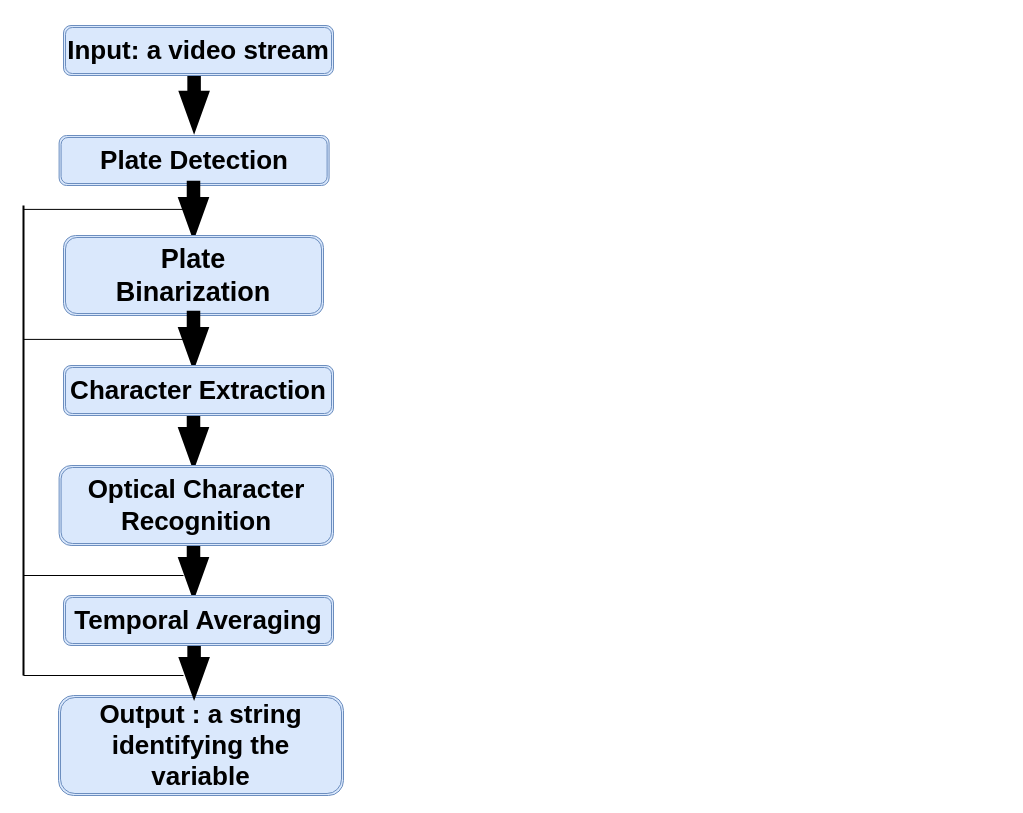
Earlier version of the draw.io diagram architecture/numberplate.drawio (mu-ki/Finalyear-Project). Source tidied: cells renumbered, new cells numbered last; positions are measured from the earlier drawing's top-left corner, leaving out a move shared by most shapes. Both pictures are drawn from the tidied source at 100%, with x=0, y=0 at pixel (18, 25).
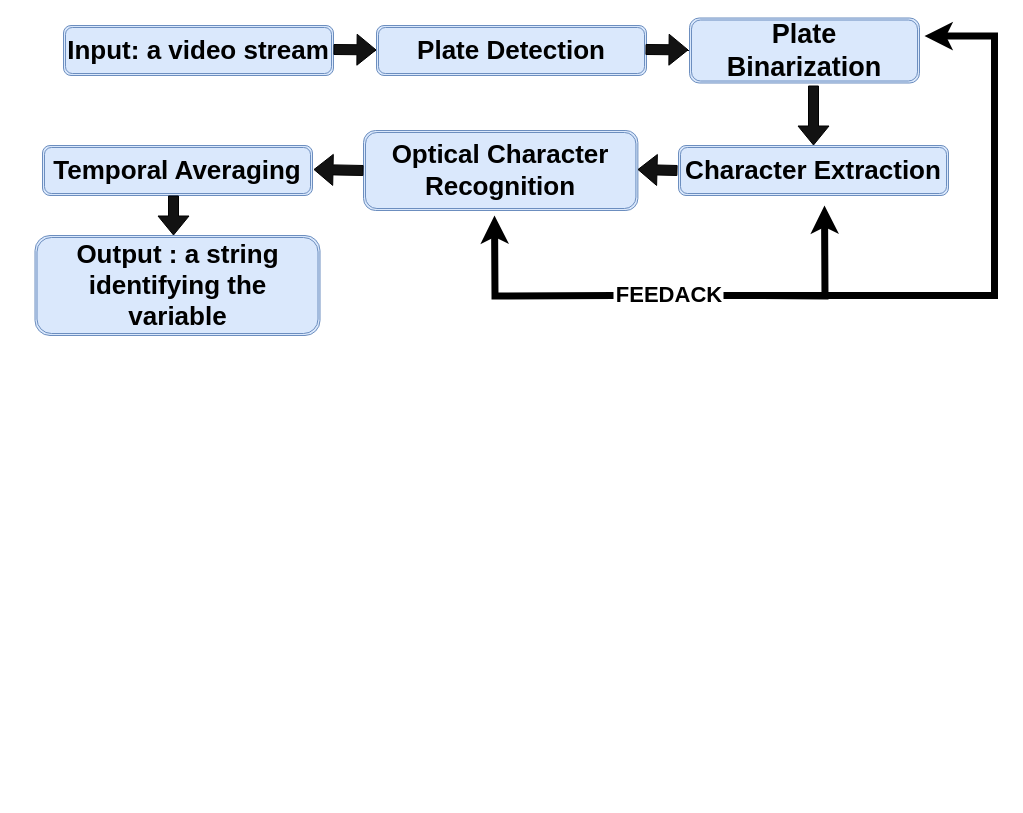
The same page after the edit.

Unchanged cells that the change refers to:
```xml
<mxCell id="12" value="&lt;span style=&quot;font-size: 26px&quot;&gt;&lt;b&gt;Input: a video stream&lt;/b&gt;&lt;/span&gt;" style="shape=ext;double=1;rounded=1;whiteSpace=wrap;html=1;fillColor=#dae8fc;strokeColor=#6c8ebf;" parent="1" vertex="1">
  <mxGeometry x="45" width="270" height="50" as="geometry" />
</mxCell>
```

What changed in the source:
```diff
@@
-    <mxCell id="2" style="verticalLabelPosition=bottom;verticalAlign=top;html=1;strokeWidth=2;shape=mxgraph.arrows2.arrow;dy=0.6;dx=40;notch=0;rotation=90;fillColor=#000000;" parent="1" vertex="1">
-      <mxGeometry x="147.5" y="63.8" width="56.2" height="28.8" as="geometry" />
-    </mxCell>
+    <mxCell id="20" style="edgeStyle=orthogonalEdgeStyle;rounded=0;jettySize=auto;html=1;fillColor=#121212;" parent="1" edge="1" source="3" target="12">
+      <mxGeometry relative="1" as="geometry" />
+    </mxCell>
     <mxCell id="3" value="&lt;font style=&quot;font-size: 26px&quot;&gt;&lt;b&gt;Plate Detection&lt;/b&gt;&lt;/font&gt;" style="shape=ext;double=1;rounded=1;whiteSpace=wrap;html=1;fillColor=#dae8fc;strokeColor=#6c8ebf;" parent="1" vertex="1">
-      <mxGeometry x="40.6" y="110" width="270" height="50" as="geometry" />
+      <mxGeometry x="358" width="270" height="50" as="geometry" />
     </mxCell>
-    <mxCell id="4" style="verticalLabelPosition=bottom;verticalAlign=top;html=1;strokeWidth=2;shape=mxgraph.arrows2.arrow;dy=0.6;dx=40;notch=0;rotation=90;fillColor=#000000;" parent="1" vertex="1">
-      <mxGeometry x="146.9" y="170" width="56.2" height="28.8" as="geometry" />
-    </mxCell>
+    <mxCell id="21" style="edgeStyle=orthogonalEdgeStyle;rounded=0;jettySize=auto;html=1;fillColor=#121212;" parent="1" edge="1" source="5" target="3">
+      <mxGeometry relative="1" as="geometry" />
+    </mxCell>
     <mxCell id="5" value="&lt;b style=&quot;font-size: 27px&quot;&gt;Plate&lt;br&gt;Binarization&lt;/b&gt;" style="shape=ext;double=1;rounded=1;whiteSpace=wrap;html=1;fillColor=#dae8fc;strokeColor=#6c8ebf;" parent="1" vertex="1">
-      <mxGeometry x="45" y="210" width="260" height="80" as="geometry" />
+      <mxGeometry x="671" y="-7.5" width="230" height="65" as="geometry" />
     </mxCell>
-    <mxCell id="6" style="verticalLabelPosition=bottom;verticalAlign=top;html=1;strokeWidth=2;shape=mxgraph.arrows2.arrow;dy=0.6;dx=40;notch=0;rotation=90;fillColor=#000000;" parent="1" vertex="1">
-      <mxGeometry x="146.9" y="300" width="56.2" height="28.8" as="geometry" />
-    </mxCell>
-    <mxCell id="7" style="verticalLabelPosition=bottom;verticalAlign=top;html=1;strokeWidth=2;shape=mxgraph.arrows2.arrow;dy=0.6;dx=40;notch=0;rotation=90;fillColor=#000000;" parent="1" vertex="1">
-      <mxGeometry x="146.9" y="400" width="56.2" height="28.8" as="geometry" />
-    </mxCell>
     <mxCell id="8" value="&lt;font style=&quot;font-size: 26px&quot;&gt;&lt;b&gt;Character Extraction&lt;/b&gt;&lt;/font&gt;" style="shape=ext;double=1;rounded=1;whiteSpace=wrap;html=1;fillColor=#dae8fc;strokeColor=#6c8ebf;" parent="1" vertex="1">
-      <mxGeometry x="45" y="340" width="270" height="50" as="geometry" />
+      <mxGeometry x="660" y="120" width="270" height="50" as="geometry" />
     </mxCell>
-    <mxCell id="9" style="verticalLabelPosition=bottom;verticalAlign=top;html=1;strokeWidth=2;shape=mxgraph.arrows2.arrow;dy=0.6;dx=40;notch=0;rotation=90;fillColor=#000000;" parent="1" vertex="1">
-      <mxGeometry x="146.9" y="530" width="56.2" height="28.8" as="geometry" />
-    </mxCell>
     <mxCell id="10" value="&lt;font style=&quot;font-size: 26px&quot;&gt;&lt;b&gt;Output : a string&lt;br&gt;identifying the variable&lt;br&gt;&lt;/b&gt;&lt;/font&gt;" style="shape=ext;double=1;rounded=1;whiteSpace=wrap;html=1;fillColor=#dae8fc;strokeColor=#6c8ebf;" parent="1" vertex="1">
-      <mxGeometry x="40" y="670" width="285" height="100" as="geometry" />
+      <mxGeometry x="16.5" y="210" width="285" height="100" as="geometry" />
     </mxCell>
-    <mxCell id="11" style="verticalLabelPosition=bottom;verticalAlign=top;html=1;strokeWidth=2;shape=mxgraph.arrows2.arrow;dy=0.6;dx=40;notch=0;rotation=90;fillColor=#000000;" parent="1" vertex="1">
-      <mxGeometry x="147.5" y="630" width="56.2" height="28.8" as="geometry" />
-    </mxCell>
+    <mxCell id="22" style="edgeStyle=orthogonalEdgeStyle;rounded=0;jettySize=auto;html=1;fillColor=#121212;" parent="1" edge="1" source="12" target="3">
+      <mxGeometry relative="1" as="geometry" />
+    </mxCell>
@@
     <mxCell id="13" value="&lt;font style=&quot;font-size: 26px&quot;&gt;&lt;b&gt;Optical Character&lt;br&gt;Recognition&lt;br&gt;&lt;/b&gt;&lt;/font&gt;" style="shape=ext;double=1;rounded=1;whiteSpace=wrap;html=1;fillColor=#dae8fc;strokeColor=#6c8ebf;" parent="1" vertex="1">
-      <mxGeometry x="40.6" y="440" width="274.4" height="80" as="geometry" />
+      <mxGeometry x="345" y="105" width="274.4" height="80" as="geometry" />
     </mxCell>
     <mxCell id="14" value="&lt;font style=&quot;font-size: 26px&quot;&gt;&lt;b&gt;Temporal Averaging&lt;/b&gt;&lt;/font&gt;" style="shape=ext;double=1;rounded=1;whiteSpace=wrap;html=1;fillColor=#dae8fc;strokeColor=#6c8ebf;" parent="1" vertex="1">
-      <mxGeometry x="45" y="570" width="270" height="50" as="geometry" />
+      <mxGeometry x="24" y="120" width="270" height="50" as="geometry" />
     </mxCell>
-    <mxCell id="15" style="endArrow=none;html=1;rounded=0;" parent="1" edge="1">
-      <mxGeometry relative="1" as="geometry">
-        <mxPoint x="5" y="650" as="sourcePoint" />
-        <mxPoint x="165" y="650" as="targetPoint" />
-      </mxGeometry>
-    </mxCell>
-    <mxCell id="16" style="endArrow=none;html=1;rounded=0;" parent="1" edge="1">
-      <mxGeometry relative="1" as="geometry">
-        <mxPoint x="5" y="550" as="sourcePoint" />
-        <mxPoint x="165" y="550" as="targetPoint" />
-      </mxGeometry>
-    </mxCell>
-    <mxCell id="17" style="endArrow=none;html=1;rounded=0;" parent="1" edge="1">
-      <mxGeometry relative="1" as="geometry">
-        <mxPoint x="5" y="183.9" as="sourcePoint" />
-        <mxPoint x="165" y="183.9" as="targetPoint" />
-      </mxGeometry>
-    </mxCell>
-    <mxCell id="18" style="endArrow=none;html=1;rounded=0;" parent="1" edge="1">
-      <mxGeometry relative="1" as="geometry">
-        <mxPoint x="5" y="313.9" as="sourcePoint" />
-        <mxPoint x="165" y="313.9" as="targetPoint" />
-      </mxGeometry>
-    </mxCell>
-    <mxCell id="19" style="line;strokeWidth=2;direction=south;html=1;" parent="1" vertex="1">
-      <mxGeometry y="180" width="10" height="470" as="geometry" />
-    </mxCell>
+    <mxCell id="23" style="edgeStyle=orthogonalEdgeStyle;rounded=0;orthogonalLoop=1;jettySize=auto;html=1;fillColor=#121212;strokeWidth=7;" parent="1" edge="1">
+      <mxGeometry relative="1" as="geometry">
+        <mxPoint x="735" y="270" as="sourcePoint" />
+        <mxPoint x="806" y="180" as="targetPoint" />
+      </mxGeometry>
+    </mxCell>
+    <mxCell id="24" style="edgeStyle=orthogonalEdgeStyle;rounded=0;orthogonalLoop=1;jettySize=auto;html=1;fillColor=#121212;strokeWidth=7;" parent="1" edge="1">
+      <mxGeometry relative="1" as="geometry">
+        <mxPoint x="595" y="270" as="sourcePoint" />
+        <mxPoint x="476" y="190" as="targetPoint" />
+      </mxGeometry>
+    </mxCell>
+    <mxCell id="25" style="edgeStyle=orthogonalEdgeStyle;rounded=0;orthogonalLoop=1;jettySize=auto;html=1;fillColor=#121212;strokeWidth=7;" parent="1" edge="1">
+      <mxGeometry relative="1" as="geometry">
+        <mxPoint x="705" y="270" as="sourcePoint" />
+        <mxPoint x="906" y="10.6" as="targetPoint" />
+        <Array as="points">
+          <mxPoint x="976" y="270" />
+          <mxPoint x="976" y="11" />
+        </Array>
+      </mxGeometry>
+    </mxCell>
+    <mxCell id="26" value="&lt;b&gt;&lt;font style=&quot;font-size: 22px&quot;&gt;FEEDACK&lt;/font&gt;&lt;/b&gt;" style="text;html=1;strokeColor=none;fillColor=none;align=center;verticalAlign=middle;whiteSpace=wrap;rounded=0;rotation=0;" parent="1" vertex="1">
+      <mxGeometry x="631" y="260" width="40" height="20" as="geometry" />
+    </mxCell>
+    <mxCell id="27" style="shape=flexArrow;endArrow=classic;html=1;fillColor=#121212;" parent="1" edge="1">
+      <mxGeometry relative="1" as="geometry">
+        <mxPoint x="315" y="24" as="sourcePoint" />
+        <mxPoint x="358" y="24.4" as="targetPoint" />
+      </mxGeometry>
+    </mxCell>
+    <mxCell id="28" style="shape=flexArrow;endArrow=classic;html=1;fillColor=#121212;" parent="1" edge="1">
+      <mxGeometry relative="1" as="geometry">
+        <mxPoint x="627" y="24" as="sourcePoint" />
+        <mxPoint x="670" y="24.4" as="targetPoint" />
+      </mxGeometry>
+    </mxCell>
+    <mxCell id="29" style="shape=flexArrow;endArrow=classic;html=1;fillColor=#121212;exitX=0;exitY=0.5;exitDx=0;exitDy=0;" parent="1" edge="1" source="13">
+      <mxGeometry relative="1" as="geometry">
+        <mxPoint x="295" y="144" as="targetPoint" />
+      </mxGeometry>
+    </mxCell>
+    <mxCell id="30" style="shape=flexArrow;endArrow=classic;html=1;fillColor=#121212;exitX=0;exitY=0.5;exitDx=0;exitDy=0;" parent="1" edge="1">
+      <mxGeometry relative="1" as="geometry">
+        <mxPoint x="659" y="145" as="sourcePoint" />
+        <mxPoint x="619" y="144" as="targetPoint" />
+      </mxGeometry>
+    </mxCell>
+    <mxCell id="31" style="shape=flexArrow;endArrow=classic;html=1;fillColor=#121212;" parent="1" edge="1">
+      <mxGeometry relative="1" as="geometry">
+        <mxPoint x="795" y="60" as="sourcePoint" />
+        <mxPoint x="795" y="120" as="targetPoint" />
+      </mxGeometry>
+    </mxCell>
+    <mxCell id="32" style="shape=flexArrow;endArrow=classic;html=1;fillColor=#121212;" parent="1" edge="1">
+      <mxGeometry relative="1" as="geometry">
+        <mxPoint x="155" y="170" as="sourcePoint" />
+        <mxPoint x="155" y="210" as="targetPoint" />
+      </mxGeometry>
+    </mxCell>
```
